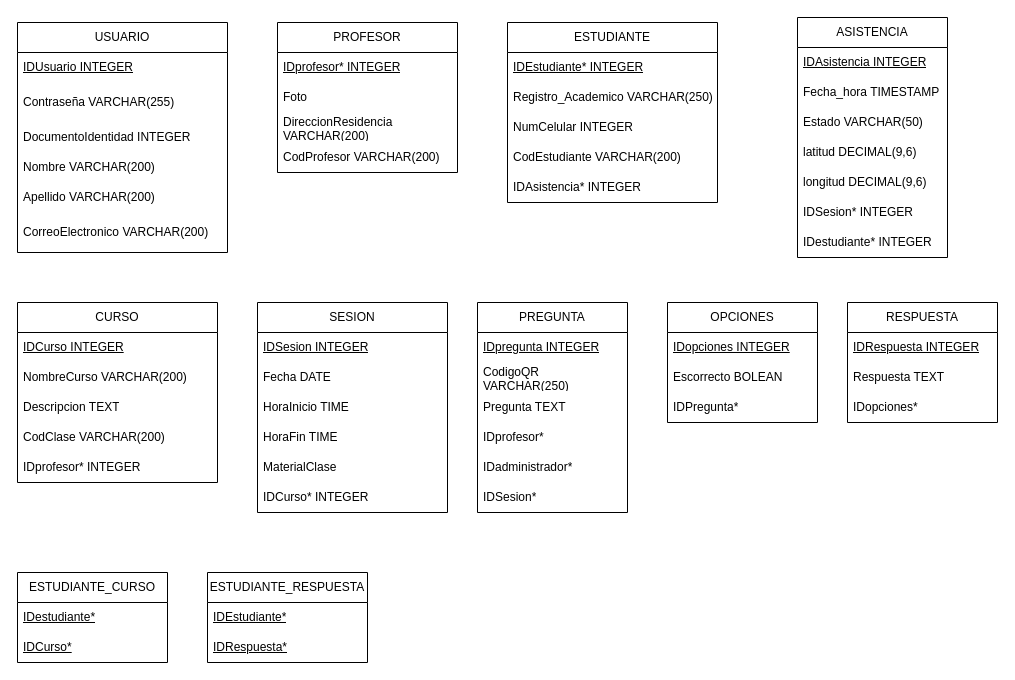
The draw.io diagram Attenzio Esquema Relacional_02.drawio in 18luisc/Attenzio, before the edit. Source tidied: cells renumbered, new cells numbered last; positions are measured from the earlier drawing's top-left corner, leaving out a move shared by most shapes. Both pictures are drawn from the tidied source at 100%, with x=0, y=0 at pixel (17, 17).
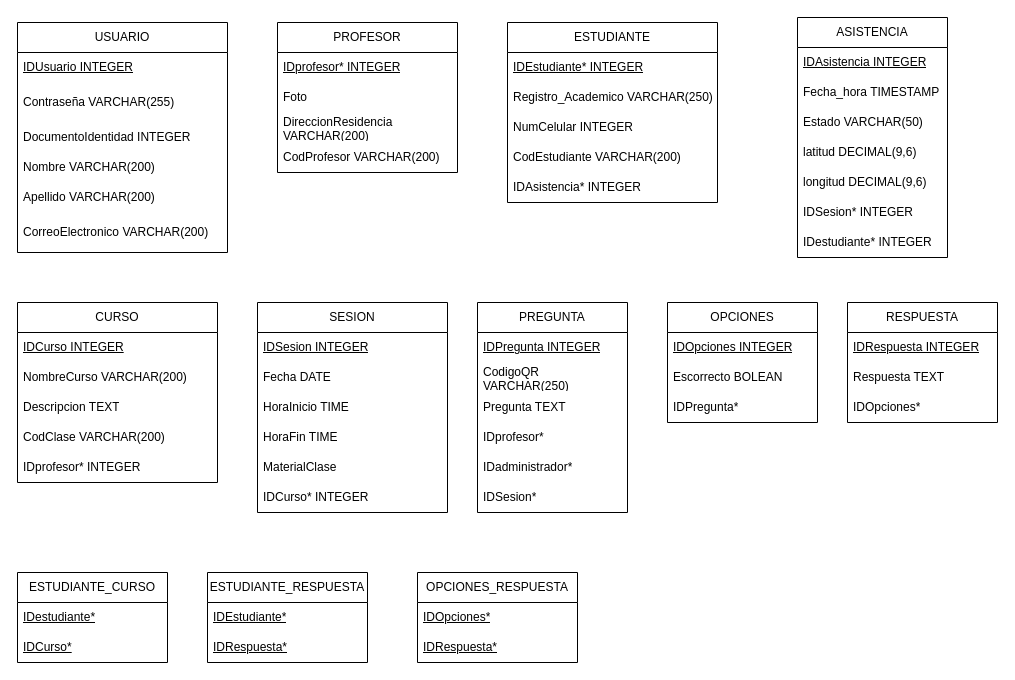
The same diagram, later.

Commit message:
Se agrega relación Opciones-Respuesta

Unchanged cells that the change refers to:
```xml
<mxCell id="26" value="PREGUNTA" style="swimlane;fontStyle=0;horizontal=1;startSize=30;whiteSpace=wrap;html=1;" parent="1" vertex="1">
  <mxGeometry x="460" y="285" width="150" height="210" as="geometry" />
</mxCell>
<mxCell id="54" value="RESPUESTA" style="swimlane;fontStyle=0;horizontal=1;startSize=30;whiteSpace=wrap;html=1;" parent="1" vertex="1">
  <mxGeometry x="830" y="285" width="150" height="120" as="geometry" />
</mxCell>
<mxCell id="58" value="OPCIONES" style="swimlane;fontStyle=0;horizontal=1;startSize=30;whiteSpace=wrap;html=1;" parent="1" vertex="1">
  <mxGeometry x="650" y="285" width="150" height="120" as="geometry" />
</mxCell>
```

What changed in the source:
```diff
@@
-    <mxCell id="27" value="&lt;u&gt;IDpregunta INTEGER&lt;/u&gt;" style="text;strokeColor=none;fillColor=none;align=left;verticalAlign=middle;spacingLeft=4;spacingRight=4;overflow=hidden;whiteSpace=wrap;html=1;" parent="26" vertex="1">
+    <mxCell id="27" value="&lt;u&gt;IDPregunta INTEGER&lt;/u&gt;" style="text;strokeColor=none;fillColor=none;align=left;verticalAlign=middle;spacingLeft=4;spacingRight=4;overflow=hidden;whiteSpace=wrap;html=1;" parent="26" vertex="1">
       <mxGeometry y="30" width="150" height="30" as="geometry" />
     </mxCell>
@@
-    <mxCell id="57" value="IDopciones*" style="text;strokeColor=none;fillColor=none;align=left;verticalAlign=middle;spacingLeft=4;spacingRight=4;overflow=hidden;whiteSpace=wrap;html=1;" parent="54" vertex="1">
+    <mxCell id="57" value="IDOpciones*" style="text;strokeColor=none;fillColor=none;align=left;verticalAlign=middle;spacingLeft=4;spacingRight=4;overflow=hidden;whiteSpace=wrap;html=1;" parent="54" vertex="1">
       <mxGeometry y="90" width="150" height="30" as="geometry" />
     </mxCell>
@@
-    <mxCell id="59" value="&lt;u&gt;IDopciones INTEGER&lt;/u&gt;" style="text;strokeColor=none;fillColor=none;align=left;verticalAlign=middle;spacingLeft=4;spacingRight=4;overflow=hidden;whiteSpace=wrap;html=1;" parent="58" vertex="1">
+    <mxCell id="59" value="&lt;u&gt;IDOpciones INTEGER&lt;/u&gt;" style="text;strokeColor=none;fillColor=none;align=left;verticalAlign=middle;spacingLeft=4;spacingRight=4;overflow=hidden;whiteSpace=wrap;html=1;" parent="58" vertex="1">
       <mxGeometry y="30" width="150" height="30" as="geometry" />
     </mxCell>
@@
+    <mxCell id="62" value="OPCIONES_RESPUESTA" style="swimlane;fontStyle=0;horizontal=1;startSize=30;whiteSpace=wrap;html=1;" parent="1" vertex="1">
+      <mxGeometry x="400" y="555" width="160" height="90" as="geometry" />
+    </mxCell>
+    <mxCell id="63" value="&lt;u&gt;IDOpciones*&lt;/u&gt;" style="text;strokeColor=none;fillColor=none;align=left;verticalAlign=middle;spacingLeft=4;spacingRight=4;overflow=hidden;whiteSpace=wrap;html=1;" parent="62" vertex="1">
+      <mxGeometry y="30" width="160" height="30" as="geometry" />
+    </mxCell>
+    <mxCell id="64" value="&lt;u&gt;IDRespuesta*&lt;/u&gt;" style="text;strokeColor=none;fillColor=none;align=left;verticalAlign=middle;spacingLeft=4;spacingRight=4;overflow=hidden;whiteSpace=wrap;html=1;" parent="62" vertex="1">
+      <mxGeometry y="60" width="160" height="30" as="geometry" />
+    </mxCell>
```
